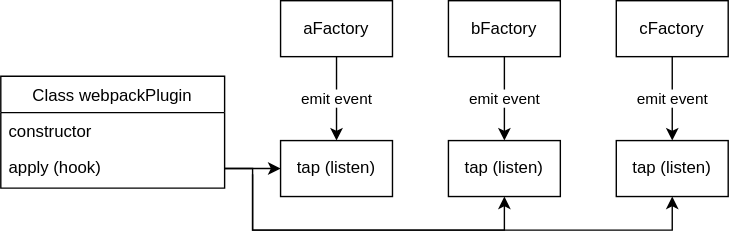
Before: WebpackPlugin.svg, a diagram exported from draw.io (LeungZ9/vue-super-admin). Source tidied: cells renumbered, new cells last; positions are measured from the earlier drawing's top-left corner, leaving out a move shared by most shapes.
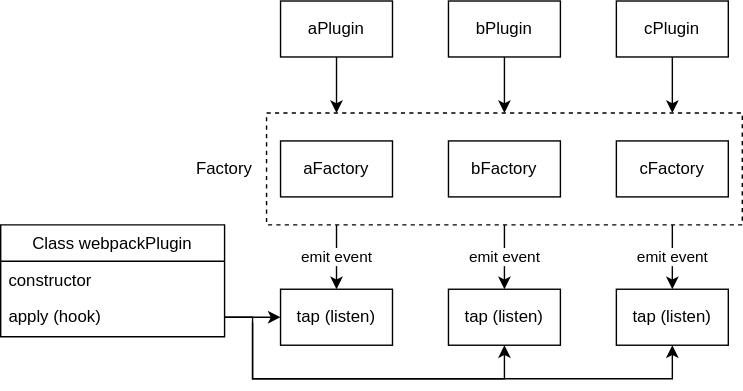
After the change.

Diff of the diagram source:
```diff
@@ -2,30 +2,24 @@
   <root>
     <mxCell id="0" />
     <mxCell id="1" parent="0" />
-    <mxCell id="2" value="emit event" style="edgeStyle=orthogonalEdgeStyle;rounded=0;jettySize=auto;html=1;exitX=0.5;exitY=1;exitDx=0;exitDy=0;" parent="1" edge="1" source="3">
+    <mxCell id="2" value="emit event" style="edgeStyle=orthogonalEdgeStyle;rounded=0;orthogonalLoop=1;jettySize=auto;html=1;" parent="1" edge="1">
       <mxGeometry relative="1" as="geometry">
+        <mxPoint x="240" y="54" as="sourcePoint" />
         <mxPoint x="240" y="100" as="targetPoint" />
       </mxGeometry>
     </mxCell>
-    <mxCell id="3" value="aFactory" style="rounded=0;whiteSpace=wrap;html=1;" parent="1" vertex="1">
-      <mxGeometry x="200" width="80" height="40" as="geometry" />
-    </mxCell>
-    <mxCell id="4" value="emit event" style="edgeStyle=orthogonalEdgeStyle;rounded=0;jettySize=auto;html=1;exitX=0.5;exitY=1;exitDx=0;exitDy=0;" parent="1" edge="1" source="5">
+    <mxCell id="4" value="emit event" style="edgeStyle=orthogonalEdgeStyle;rounded=0;orthogonalLoop=1;jettySize=auto;html=1;" parent="1" edge="1">
       <mxGeometry relative="1" as="geometry">
+        <mxPoint x="360" y="54" as="sourcePoint" />
         <mxPoint x="360" y="100" as="targetPoint" />
       </mxGeometry>
     </mxCell>
-    <mxCell id="5" value="bFactory" style="rounded=0;whiteSpace=wrap;html=1;" parent="1" vertex="1">
-      <mxGeometry x="320" width="80" height="40" as="geometry" />
-    </mxCell>
-    <mxCell id="6" value="emit event" style="edgeStyle=orthogonalEdgeStyle;rounded=0;jettySize=auto;html=1;exitX=0.5;exitY=1;exitDx=0;exitDy=0;" parent="1" edge="1" source="7">
+    <mxCell id="6" value="emit event" style="edgeStyle=orthogonalEdgeStyle;rounded=0;orthogonalLoop=1;jettySize=auto;html=1;" parent="1" edge="1">
       <mxGeometry relative="1" as="geometry">
+        <mxPoint x="480" y="54" as="sourcePoint" />
         <mxPoint x="480" y="100" as="targetPoint" />
       </mxGeometry>
     </mxCell>
-    <mxCell id="7" value="cFactory" style="rounded=0;whiteSpace=wrap;html=1;" parent="1" vertex="1">
-      <mxGeometry x="440" width="80" height="40" as="geometry" />
-    </mxCell>
     <mxCell id="8" value="Class webpackPlugin" style="swimlane;fontStyle=0;horizontal=1;startSize=26;fillColor=none;" parent="1" vertex="1">
       <mxGeometry y="54" width="160" height="80" as="geometry" />
     </mxCell>
@@ -65,5 +59,44 @@
         </Array>
       </mxGeometry>
     </mxCell>
+    <mxCell id="17" style="edgeStyle=orthogonalEdgeStyle;rounded=0;jettySize=auto;html=1;exitX=0.5;exitY=1;exitDx=0;exitDy=0;" parent="1" edge="1" source="18">
+      <mxGeometry relative="1" as="geometry">
+        <mxPoint x="240" y="-26" as="targetPoint" />
+      </mxGeometry>
+    </mxCell>
+    <mxCell id="18" value="aPlugin" style="rounded=0;whiteSpace=wrap;html=1;" parent="1" vertex="1">
+      <mxGeometry x="200" y="-106" width="80" height="40" as="geometry" />
+    </mxCell>
+    <mxCell id="19" style="edgeStyle=orthogonalEdgeStyle;rounded=0;jettySize=auto;html=1;exitX=0.5;exitY=1;exitDx=0;exitDy=0;" parent="1" edge="1" source="20">
+      <mxGeometry relative="1" as="geometry">
+        <mxPoint x="360" y="-26" as="targetPoint" />
+      </mxGeometry>
+    </mxCell>
+    <mxCell id="20" value="bPlugin" style="rounded=0;whiteSpace=wrap;html=1;" parent="1" vertex="1">
+      <mxGeometry x="320" y="-106" width="80" height="40" as="geometry" />
+    </mxCell>
+    <mxCell id="21" style="edgeStyle=orthogonalEdgeStyle;rounded=0;jettySize=auto;html=1;exitX=0.5;exitY=1;exitDx=0;exitDy=0;" parent="1" edge="1" source="22">
+      <mxGeometry relative="1" as="geometry">
+        <mxPoint x="480" y="-26" as="targetPoint" />
+      </mxGeometry>
+    </mxCell>
+    <mxCell id="22" value="cPlugin" style="rounded=0;whiteSpace=wrap;html=1;" parent="1" vertex="1">
+      <mxGeometry x="440" y="-106" width="80" height="40" as="geometry" />
+    </mxCell>
+    <mxCell id="23" style="rounded=0;whiteSpace=wrap;html=1;dashed=1;" parent="1" vertex="1">
+      <mxGeometry x="190" y="-26" width="340" height="80" as="geometry" />
+    </mxCell>
+    <mxCell id="3" value="aFactory" style="rounded=0;whiteSpace=wrap;html=1;" parent="1" vertex="1">
+      <mxGeometry x="200" y="-6" width="80" height="40" as="geometry" />
+    </mxCell>
+    <mxCell id="5" value="bFactory" style="rounded=0;whiteSpace=wrap;html=1;" parent="1" vertex="1">
+      <mxGeometry x="320" y="-6" width="80" height="40" as="geometry" />
+    </mxCell>
+    <mxCell id="7" value="cFactory" style="rounded=0;whiteSpace=wrap;html=1;" parent="1" vertex="1">
+      <mxGeometry x="440" y="-6" width="80" height="40" as="geometry" />
+    </mxCell>
+    <mxCell id="24" value="Factory" style="text;html=1;strokeColor=none;fillColor=none;align=center;verticalAlign=middle;whiteSpace=wrap;rounded=0;dashed=1;" parent="1" vertex="1">
+      <mxGeometry x="140" y="4" width="40" height="20" as="geometry" />
+    </mxCell>
   </root>
 </mxGraphModel>
```
